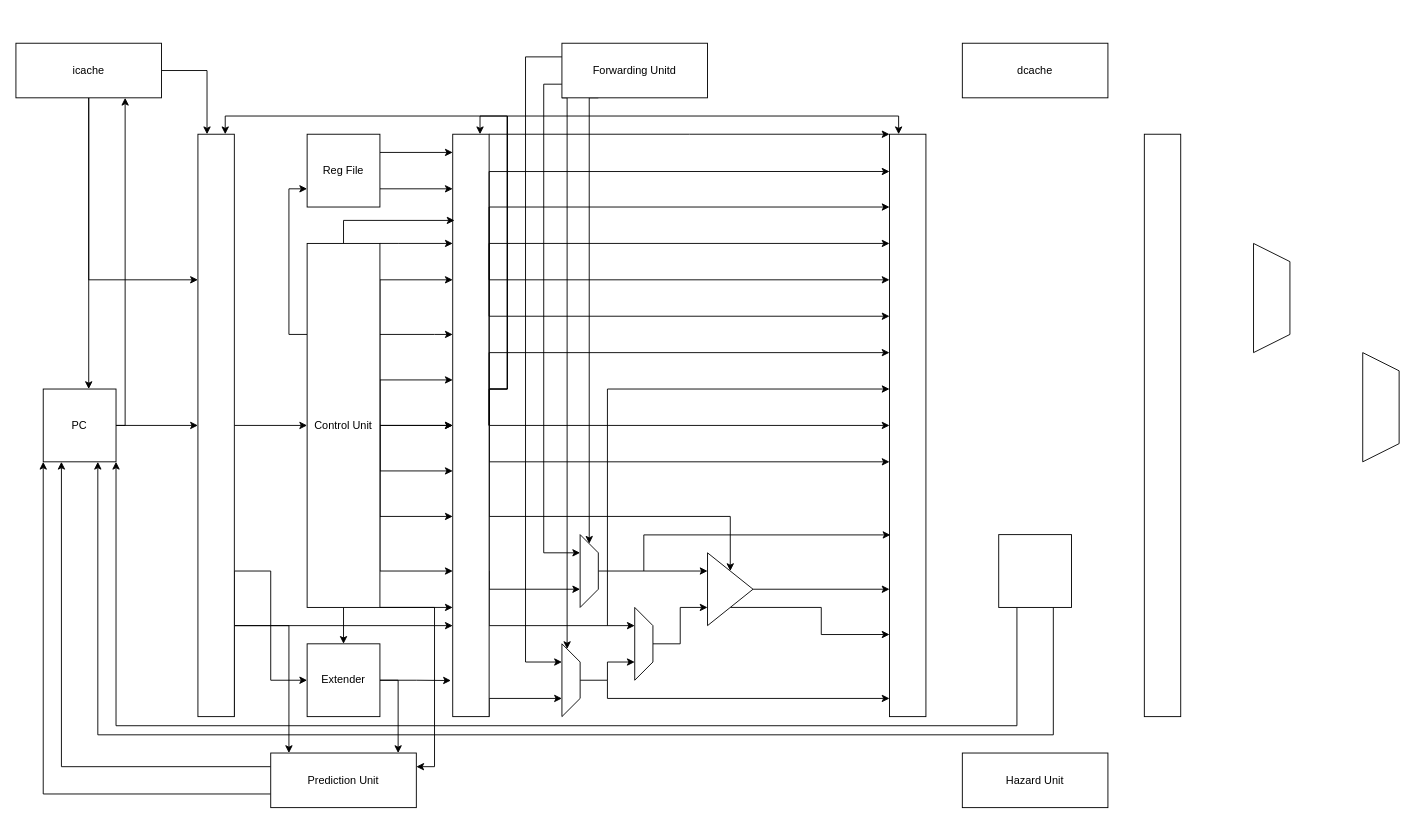
The draw.io diagram page "Page-2" (2 of 2) of Pipeline.drawio.xml in dsrasheed/ece437, before the edit. Source tidied: cells renumbered, new cells numbered last; positions are measured from the earlier drawing's top-left corner, leaving out a move shared by most shapes. Both pictures are drawn from the tidied source at 91%, with x=0, y=0 at pixel (15, 43).
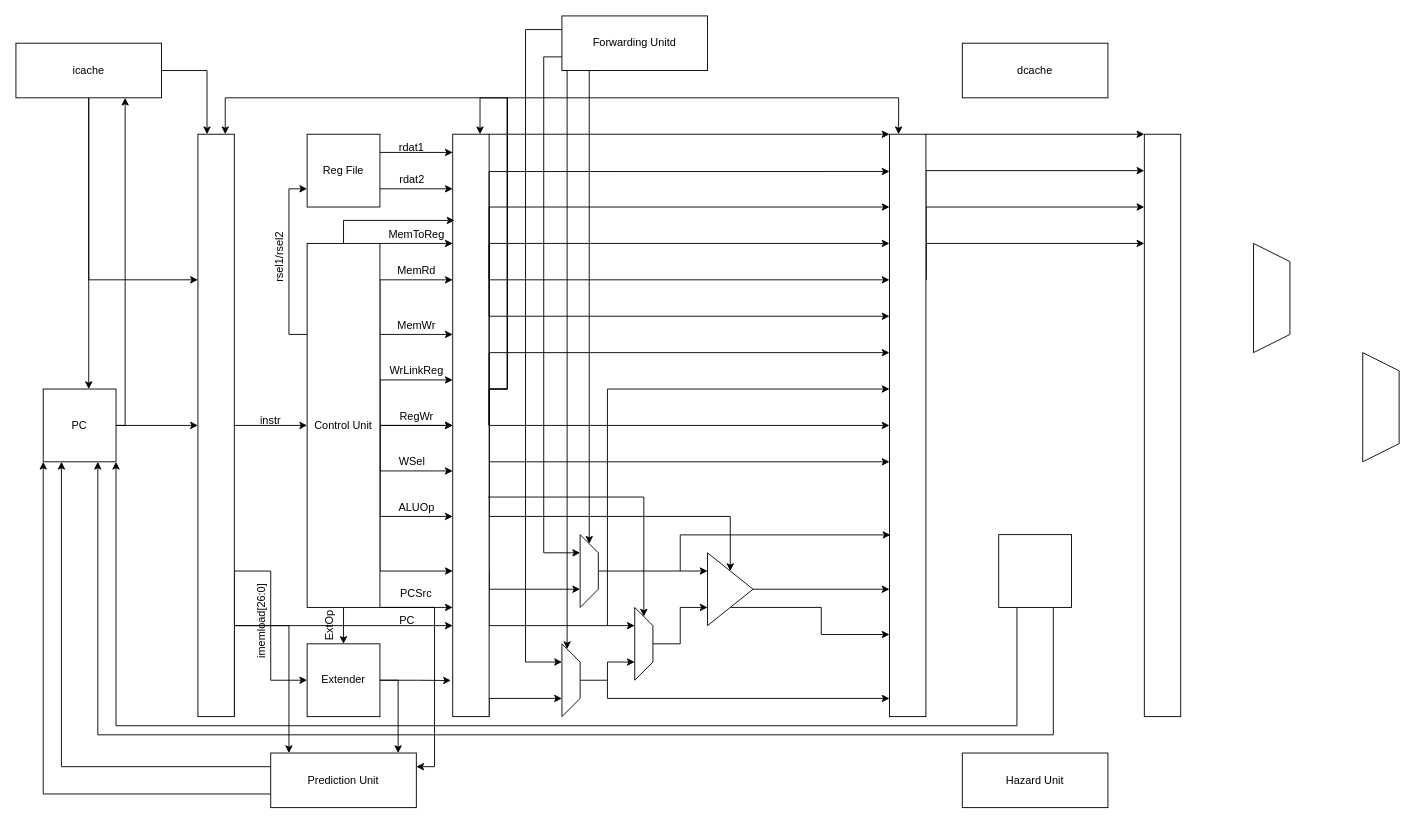
The same diagram, later.

The change refers to these unchanged cells:
```xml
<mxCell id="3" style="rounded=0;whiteSpace=wrap;html=1;" parent="1" vertex="1">
  <mxGeometry x="960" y="100" width="40" height="640" as="geometry" />
</mxCell>
<mxCell id="12" style="rounded=0;whiteSpace=wrap;html=1;" parent="1" vertex="1">
  <mxGeometry x="480" y="100" width="40" height="640" as="geometry" />
</mxCell>
<mxCell id="19" style="rounded=0;whiteSpace=wrap;html=1;" parent="1" vertex="1">
  <mxGeometry x="200" y="100" width="40" height="640" as="geometry" />
</mxCell>
<mxCell id="55" style="shape=trapezoid;perimeter=trapezoidPerimeter;whiteSpace=wrap;html=1;fixedSize=1;rotation=90;" parent="1" vertex="1">
  <mxGeometry x="570" y="690" width="80" height="20" as="geometry" />
</mxCell>
<mxCell id="68" style="rounded=0;whiteSpace=wrap;html=1;" parent="1" vertex="1">
  <mxGeometry x="1240" y="100" width="40" height="640" as="geometry" />
</mxCell>
<mxCell id="77" style="shape=trapezoid;perimeter=trapezoidPerimeter;whiteSpace=wrap;html=1;fixedSize=1;rotation=90;" parent="1" vertex="1">
  <mxGeometry x="590" y="570" width="80" height="20" as="geometry" />
</mxCell>
<mxCell id="79" style="shape=trapezoid;perimeter=trapezoidPerimeter;whiteSpace=wrap;html=1;fixedSize=1;rotation=90;" parent="1" vertex="1">
  <mxGeometry x="650" y="650" width="80" height="20" as="geometry" />
</mxCell>
```

Change to the diagram source:
```diff
@@
+    <mxCell id="81" style="edgeStyle=orthogonalEdgeStyle;rounded=0;jettySize=auto;html=1;exitX=1;exitY=0;exitDx=0;exitDy=0;entryX=0;entryY=0;entryDx=0;entryDy=0;" parent="1" edge="1" source="3" target="68">
+      <mxGeometry relative="1" as="geometry">
+        <Array as="points">
+          <mxPoint x="1120" y="100" />
+          <mxPoint x="1120" y="100" />
+        </Array>
+      </mxGeometry>
+    </mxCell>
+    <mxCell id="82" style="edgeStyle=orthogonalEdgeStyle;rounded=0;jettySize=auto;html=1;exitX=1;exitY=0.25;exitDx=0;exitDy=0;" parent="1" edge="1" source="3" target="68">
+      <mxGeometry relative="1" as="geometry">
+        <Array as="points">
+          <mxPoint x="1000" y="220" />
+        </Array>
+      </mxGeometry>
+    </mxCell>
+    <mxCell id="83" style="edgeStyle=orthogonalEdgeStyle;rounded=0;jettySize=auto;html=1;exitX=1;exitY=0.25;exitDx=0;exitDy=0;" parent="1" edge="1" source="3" target="68">
+      <mxGeometry relative="1" as="geometry">
+        <Array as="points">
+          <mxPoint x="1000" y="140" />
+        </Array>
+      </mxGeometry>
+    </mxCell>
+    <mxCell id="84" style="edgeStyle=orthogonalEdgeStyle;rounded=0;jettySize=auto;html=1;exitX=1;exitY=0.25;exitDx=0;exitDy=0;" parent="1" edge="1" source="3" target="68">
+      <mxGeometry relative="1" as="geometry">
+        <Array as="points">
+          <mxPoint x="1000" y="180" />
+        </Array>
+      </mxGeometry>
+    </mxCell>
@@
     <mxCell id="4" style="edgeStyle=orthogonalEdgeStyle;rounded=0;jettySize=auto;html=1;exitX=1;exitY=0.5;exitDx=0;exitDy=0;entryX=0.25;entryY=0;entryDx=0;entryDy=0;" parent="1" edge="1" source="12" target="3">
       <mxGeometry relative="1" as="geometry">
         <Array as="points">
           <mxPoint x="520" y="380" />
           <mxPoint x="540" y="380" />
-          <mxPoint x="540" y="80" />
-          <mxPoint x="970" y="80" />
+          <mxPoint x="540" y="60" />
+          <mxPoint x="970" y="60" />
         </Array>
       </mxGeometry>
     </mxCell>
     <mxCell id="5" style="edgeStyle=orthogonalEdgeStyle;rounded=0;jettySize=auto;html=1;exitX=1;exitY=0.5;exitDx=0;exitDy=0;entryX=0.75;entryY=0;entryDx=0;entryDy=0;" parent="1" edge="1" source="12" target="19">
       <mxGeometry relative="1" as="geometry">
         <Array as="points">
           <mxPoint x="520" y="380" />
           <mxPoint x="540" y="380" />
-          <mxPoint x="540" y="80" />
-          <mxPoint x="230" y="80" />
+          <mxPoint x="540" y="60" />
+          <mxPoint x="230" y="60" />
         </Array>
       </mxGeometry>
     </mxCell>
@@
-    <mxCell id="13" style="edgeStyle=orthogonalEdgeStyle;rounded=0;jettySize=auto;html=1;exitX=0;exitY=0.75;exitDx=0;exitDy=0;entryX=0.025;entryY=0.688;entryDx=0;entryDy=0;entryPerimeter=0;" parent="1" edge="1" target="3">
+    <mxCell id="13" style="edgeStyle=orthogonalEdgeStyle;rounded=0;jettySize=auto;html=1;entryX=0.025;entryY=0.688;entryDx=0;entryDy=0;entryPerimeter=0;" parent="1" edge="1" target="3">
       <mxGeometry relative="1" as="geometry">
-        <mxPoint x="690" y="580" as="sourcePoint" />
+        <mxPoint x="730" y="580" as="sourcePoint" />
         <Array as="points">
-          <mxPoint x="690" y="540" />
+          <mxPoint x="730" y="540" />
         </Array>
       </mxGeometry>
     </mxCell>
@@
     <mxCell id="59" style="edgeStyle=orthogonalEdgeStyle;rounded=0;jettySize=auto;html=1;exitX=0;exitY=0.25;exitDx=0;exitDy=0;entryX=0.25;entryY=1;entryDx=0;entryDy=0;" parent="1" edge="1" source="63" target="55">
       <mxGeometry relative="1" as="geometry">
         <Array as="points">
-          <mxPoint x="560" y="15" />
+          <mxPoint x="560" y="-15" />
           <mxPoint x="560" y="680" />
         </Array>
       </mxGeometry>
     </mxCell>
@@
     <mxCell id="61" style="edgeStyle=orthogonalEdgeStyle;rounded=0;jettySize=auto;html=1;exitX=0;exitY=1;exitDx=0;exitDy=0;entryX=0;entryY=0.75;entryDx=0;entryDy=0;" parent="1" edge="1" source="63" target="55">
       <mxGeometry relative="1" as="geometry">
         <Array as="points">
-          <mxPoint x="606" y="60" />
+          <mxPoint x="606" y="30" />
         </Array>
       </mxGeometry>
     </mxCell>
     <mxCell id="62" style="edgeStyle=orthogonalEdgeStyle;rounded=0;jettySize=auto;html=1;exitX=0.25;exitY=1;exitDx=0;exitDy=0;entryX=0;entryY=0.5;entryDx=0;entryDy=0;" parent="1" edge="1" source="63" target="77">
       <mxGeometry relative="1" as="geometry">
         <Array as="points">
-          <mxPoint x="630" y="60" />
+          <mxPoint x="630" y="30" />
         </Array>
       </mxGeometry>
     </mxCell>
     <mxCell id="63" value="Forwarding Unitd" style="rounded=0;whiteSpace=wrap;html=1;" parent="1" vertex="1">
-      <mxGeometry x="600" width="160" height="60" as="geometry" />
+      <mxGeometry x="600" y="-30" width="160" height="60" as="geometry" />
     </mxCell>
@@
+    <mxCell id="85" style="edgeStyle=orthogonalEdgeStyle;rounded=0;jettySize=auto;html=1;exitX=0.975;exitY=0.623;exitDx=0;exitDy=0;entryX=0;entryY=0.5;entryDx=0;entryDy=0;exitPerimeter=0;" parent="1" edge="1" source="12" target="79">
+      <mxGeometry relative="1" as="geometry">
+        <Array as="points">
+          <mxPoint x="690" y="499" />
+        </Array>
+      </mxGeometry>
+    </mxCell>
@@
     <mxCell id="80" style="edgeStyle=orthogonalEdgeStyle;rounded=0;orthogonalLoop=1;jettySize=auto;html=1;exitX=1;exitY=0.5;exitDx=0;exitDy=0;entryX=0.75;entryY=0;entryDx=0;entryDy=0;" parent="1" edge="1" source="12" target="12">
       <mxGeometry relative="1" as="geometry">
         <Array as="points">
           <mxPoint x="520" y="380" />
           <mxPoint x="540" y="380" />
-          <mxPoint x="540" y="80" />
-          <mxPoint x="510" y="80" />
+          <mxPoint x="540" y="60" />
+          <mxPoint x="510" y="60" />
         </Array>
       </mxGeometry>
     </mxCell>
+    <mxCell id="86" value="MemToReg" style="text;html=1;align=center;verticalAlign=middle;strokeColor=none;fillColor=none;" parent="1" vertex="1">
+      <mxGeometry x="400" y="200" width="80" height="20" as="geometry" />
+    </mxCell>
+    <mxCell id="87" value="MemRd" style="text;html=1;align=center;verticalAlign=middle;strokeColor=none;fillColor=none;" parent="1" vertex="1">
+      <mxGeometry x="410" y="240" width="60" height="20" as="geometry" />
+    </mxCell>
+    <mxCell id="88" value="MemWr" style="text;html=1;align=center;verticalAlign=middle;strokeColor=none;fillColor=none;" parent="1" vertex="1">
+      <mxGeometry x="410" y="300" width="60" height="20" as="geometry" />
+    </mxCell>
+    <mxCell id="89" value="WrLinkReg" style="text;html=1;align=center;verticalAlign=middle;strokeColor=none;fillColor=none;" parent="1" vertex="1">
+      <mxGeometry x="405" y="350" width="70" height="20" as="geometry" />
+    </mxCell>
+    <mxCell id="90" value="rdat1" style="text;html=1;strokeColor=none;fillColor=none;align=center;verticalAlign=middle;whiteSpace=wrap;rounded=0;" parent="1" vertex="1">
+      <mxGeometry x="405" y="100" width="60" height="30" as="geometry" />
+    </mxCell>
+    <mxCell id="91" value="rdat2" style="text;html=1;align=center;verticalAlign=middle;strokeColor=none;fillColor=none;" parent="1" vertex="1">
+      <mxGeometry x="415" y="140" width="40" height="20" as="geometry" />
+    </mxCell>
+    <mxCell id="92" value="rsel1/rsel2" style="text;html=1;strokeColor=none;fillColor=none;align=center;verticalAlign=middle;whiteSpace=wrap;rounded=0;rotation=-90;" parent="1" vertex="1">
+      <mxGeometry x="260" y="220" width="60" height="30" as="geometry" />
+    </mxCell>
+    <mxCell id="93" value="instr" style="text;html=1;strokeColor=none;fillColor=none;align=center;verticalAlign=middle;whiteSpace=wrap;rounded=0;" parent="1" vertex="1">
+      <mxGeometry x="250" y="400" width="60" height="30" as="geometry" />
+    </mxCell>
+    <mxCell id="94" value="imemload[26:0]" style="text;html=1;strokeColor=none;fillColor=none;align=center;verticalAlign=middle;whiteSpace=wrap;rounded=0;rotation=-90;" parent="1" vertex="1">
+      <mxGeometry x="240" y="620" width="60" height="30" as="geometry" />
+    </mxCell>
+    <mxCell id="95" value="PC" style="text;html=1;strokeColor=none;fillColor=none;align=center;verticalAlign=middle;whiteSpace=wrap;rounded=0;" parent="1" vertex="1">
+      <mxGeometry x="400" y="620" width="60" height="30" as="geometry" />
+    </mxCell>
+    <mxCell id="96" value="ExtOp" style="text;html=1;strokeColor=none;fillColor=none;align=center;verticalAlign=middle;whiteSpace=wrap;rounded=0;rotation=-90;" parent="1" vertex="1">
+      <mxGeometry x="320" y="630" width="50" height="20" as="geometry" />
+    </mxCell>
+    <mxCell id="97" value="PCSrc" style="text;html=1;strokeColor=none;fillColor=none;align=center;verticalAlign=middle;whiteSpace=wrap;rounded=0;" parent="1" vertex="1">
+      <mxGeometry x="410" y="590" width="60" height="30" as="geometry" />
+    </mxCell>
+    <mxCell id="98" value="ALUOp" style="text;html=1;align=center;verticalAlign=middle;strokeColor=none;fillColor=none;" parent="1" vertex="1">
+      <mxGeometry x="415" y="500" width="50" height="20" as="geometry" />
+    </mxCell>
+    <mxCell id="99" value="RegWr" style="text;html=1;align=center;verticalAlign=middle;strokeColor=none;fillColor=none;" parent="1" vertex="1">
+      <mxGeometry x="415" y="400" width="50" height="20" as="geometry" />
+    </mxCell>
+    <mxCell id="100" value="WSel" style="text;html=1;align=center;verticalAlign=middle;strokeColor=none;fillColor=none;" parent="1" vertex="1">
+      <mxGeometry x="415" y="450" width="40" height="20" as="geometry" />
+    </mxCell>
```
